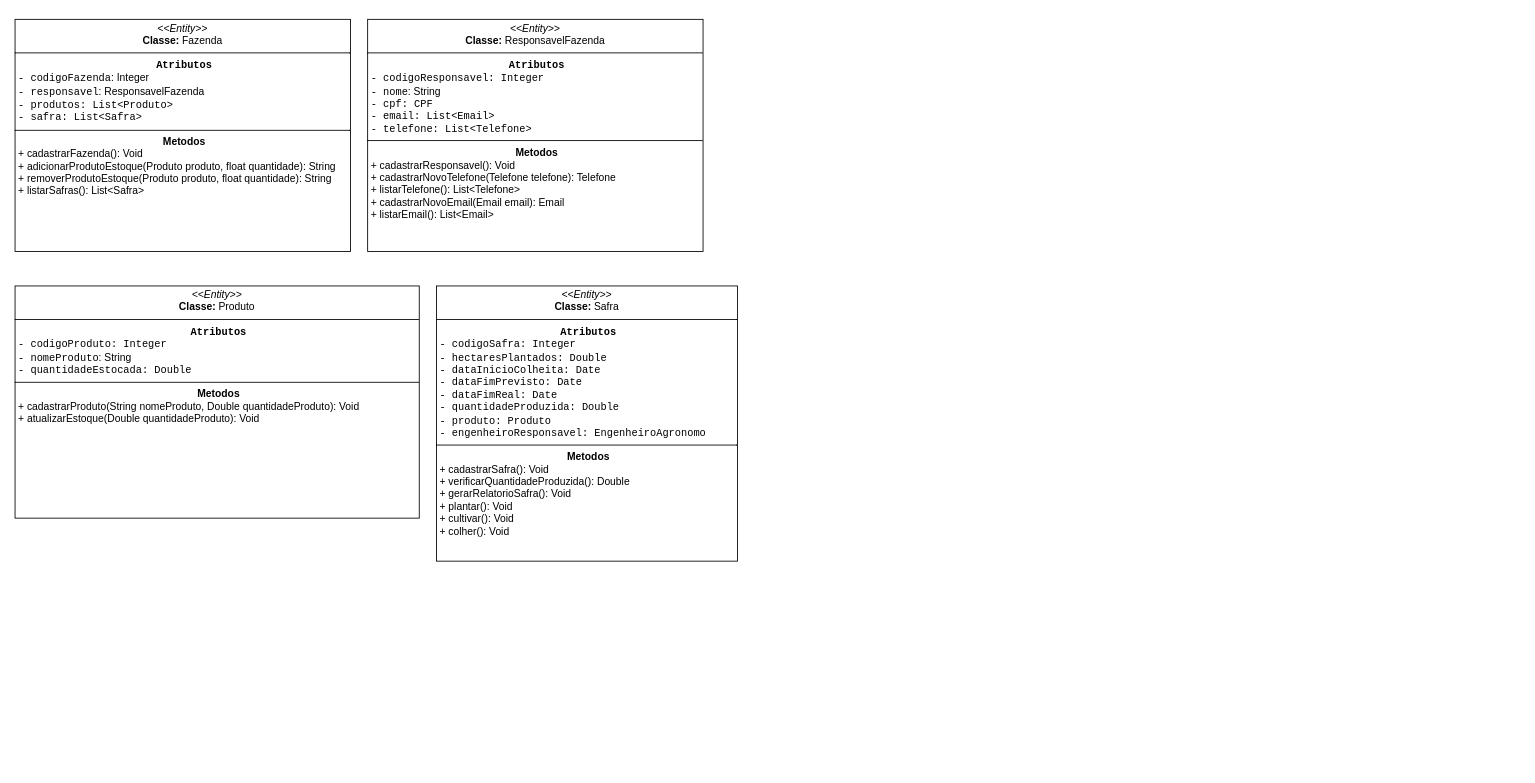
Above: ParadigmaDeLinguagemDeProgramacao.drawio in ItaloMiguel/Diagrama_TesteDeSoftware (draw.io), before the change. Source tidied: cells renumbered, new cells numbered last; positions are measured from the earlier drawing's top-left corner, leaving out a move shared by most shapes. Both pictures are drawn from the tidied source at 86%, with x=0, y=0 at pixel (15, 19).
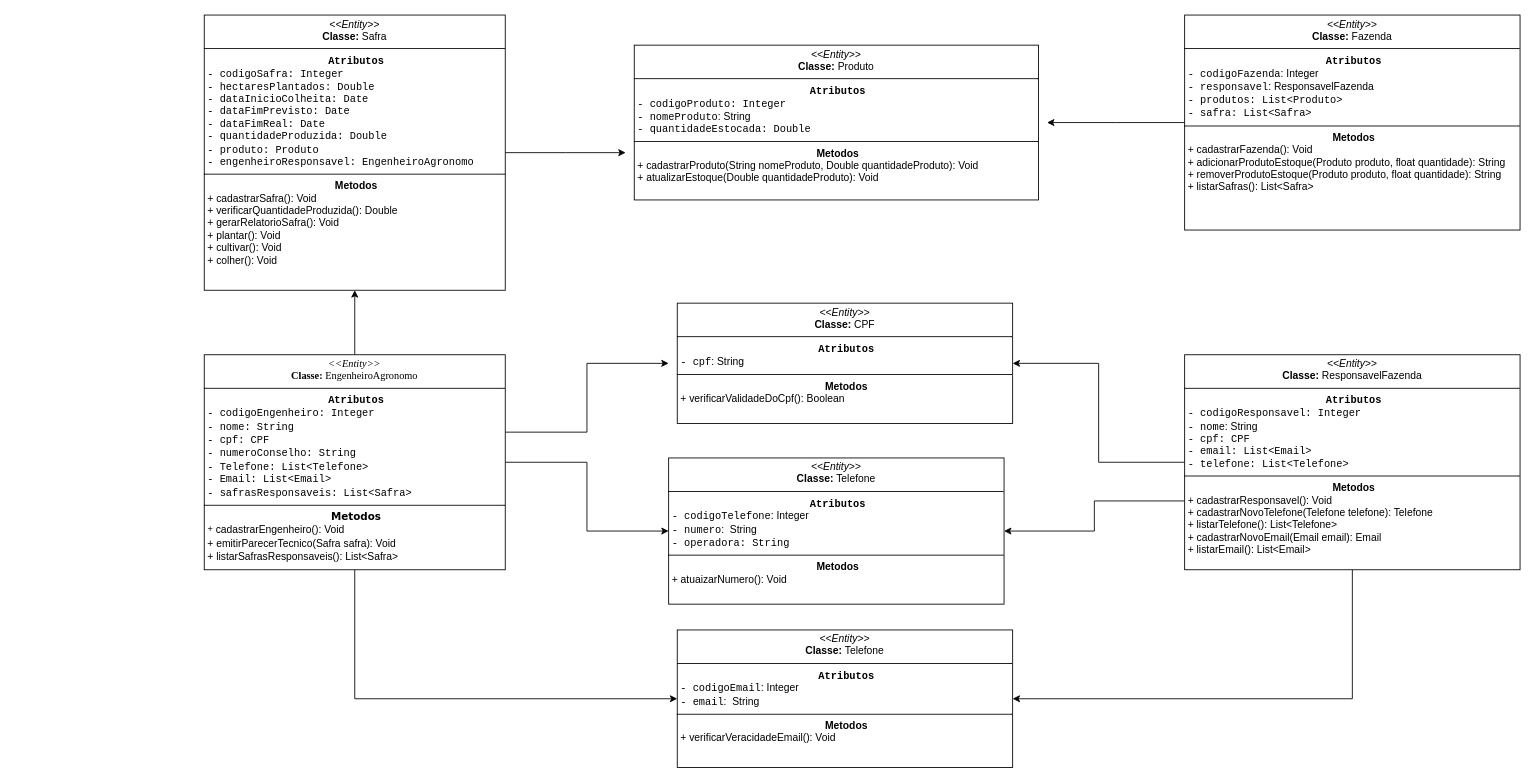
Above is the later version.

The edit, as a diff of the source:
```diff
@@
+    <mxCell id="6" style="edgeStyle=orthogonalEdgeStyle;rounded=0;jettySize=auto;html=1;" parent="1" edge="1" source="2">
+      <mxGeometry relative="1" as="geometry">
+        <mxPoint x="1200" y="120" as="targetPoint" />
+      </mxGeometry>
+    </mxCell>
     <mxCell id="2" value="&lt;p style=&quot;margin:0px;margin-top:4px;text-align:center;&quot;&gt;&lt;i&gt;&amp;lt;&amp;lt;Entity&amp;gt;&amp;gt;&lt;/i&gt;&lt;br&gt;&lt;b&gt;Classe: &lt;/b&gt;Fazenda&lt;br&gt;&lt;/p&gt;&lt;hr size=&quot;1&quot; style=&quot;border-style:solid;&quot;&gt;&lt;p align=&quot;center&quot; style=&quot;margin:0px;margin-left:4px;&quot;&gt;&lt;font style=&quot;font-size: 12px;&quot;&gt;&lt;code&gt;&lt;b&gt;Atributos&lt;br&gt;&lt;/b&gt;&lt;/code&gt;&lt;/font&gt;&lt;/p&gt;&lt;p style=&quot;margin:0px;margin-left:4px;&quot;&gt;&lt;font style=&quot;font-size: 12px;&quot;&gt;&lt;code&gt;- codigoFazenda&lt;/code&gt;: Integer&lt;/font&gt;&lt;/p&gt;&lt;p style=&quot;margin:0px;margin-left:4px;&quot;&gt;&lt;font style=&quot;font-size: 12px;&quot;&gt;&lt;code&gt;- responsavel&lt;/code&gt;: ResponsavelFazenda&lt;/font&gt;&lt;/p&gt;&lt;p style=&quot;margin:0px;margin-left:4px;&quot;&gt;&lt;font style=&quot;font-size: 12px;&quot;&gt;&lt;code&gt;- produtos: List&amp;lt;Produto&amp;gt;&lt;/code&gt;&lt;/font&gt;&lt;/p&gt;&lt;p style=&quot;margin:0px;margin-left:4px;&quot;&gt;&lt;font style=&quot;font-size: 12px;&quot;&gt;&lt;code&gt;- safra: List&amp;lt;Safra&amp;gt;&lt;/code&gt;&lt;/font&gt;&lt;/p&gt;&lt;hr size=&quot;1&quot; style=&quot;border-style:solid;&quot;&gt;&lt;p align=&quot;center&quot; style=&quot;margin:0px;margin-left:4px;&quot;&gt;&lt;font style=&quot;font-size: 12px;&quot;&gt;&lt;b&gt;Metodos&lt;/b&gt;&lt;br&gt;&lt;/font&gt;&lt;/p&gt;&lt;p style=&quot;margin:0px;margin-left:4px;&quot;&gt;&lt;font style=&quot;font-size: 12px;&quot;&gt;+&amp;nbsp;cadastrarFazenda(): Void&lt;br&gt;+&amp;nbsp;adicionarProdutoEstoque(Produto produto, float quantidade): String&lt;/font&gt;&lt;/p&gt;&lt;p style=&quot;margin:0px;margin-left:4px;&quot;&gt;&lt;font style=&quot;font-size: 12px;&quot;&gt;+ removerProdutoEstoque(Produto produto, float quantidade): String&lt;/font&gt;&lt;/p&gt;&lt;p style=&quot;margin:0px;margin-left:4px;&quot;&gt;&lt;font style=&quot;font-size: 12px;&quot;&gt;+ listarSafras(): List&amp;lt;Safra&amp;gt;&lt;/font&gt;&lt;br&gt;&lt;/p&gt;" style="verticalAlign=top;align=left;overflow=fill;html=1;whiteSpace=wrap;" parent="1" vertex="1">
-      <mxGeometry width="390" height="270" as="geometry" />
+      <mxGeometry x="1360" y="-5" width="390" height="250" as="geometry" />
     </mxCell>
+    <mxCell id="7" style="edgeStyle=orthogonalEdgeStyle;rounded=0;jettySize=auto;html=1;entryX=1;entryY=0.5;entryDx=0;entryDy=0;" parent="1" edge="1" source="3" target="17">
+      <mxGeometry relative="1" as="geometry" />
+    </mxCell>
+    <mxCell id="8" style="edgeStyle=orthogonalEdgeStyle;rounded=0;jettySize=auto;html=1;entryX=1;entryY=0.5;entryDx=0;entryDy=0;" parent="1" edge="1" source="3" target="16">
+      <mxGeometry relative="1" as="geometry">
+        <Array as="points">
+          <mxPoint x="1255" y="560" />
+          <mxPoint x="1255" y="595" />
+        </Array>
+      </mxGeometry>
+    </mxCell>
+    <mxCell id="9" style="edgeStyle=orthogonalEdgeStyle;rounded=0;jettySize=auto;html=1;entryX=1;entryY=0.5;entryDx=0;entryDy=0;" parent="1" edge="1" source="3" target="18">
+      <mxGeometry relative="1" as="geometry">
+        <Array as="points">
+          <mxPoint x="1555" y="790" />
+        </Array>
+      </mxGeometry>
+    </mxCell>
     <mxCell id="3" value="&lt;p style=&quot;margin:0px;margin-top:4px;text-align:center;&quot;&gt;&lt;i&gt;&amp;lt;&amp;lt;Entity&amp;gt;&amp;gt;&lt;/i&gt;&lt;br&gt;&lt;b&gt;Classe: &lt;/b&gt;ResponsavelFazenda&lt;br&gt;&lt;/p&gt;&lt;hr size=&quot;1&quot; style=&quot;border-style:solid;&quot;&gt;&lt;p align=&quot;center&quot; style=&quot;margin:0px;margin-left:4px;&quot;&gt;&lt;font style=&quot;font-size: 12px;&quot;&gt;&lt;code&gt;&lt;b&gt;Atributos&lt;br&gt;&lt;/b&gt;&lt;/code&gt;&lt;/font&gt;&lt;/p&gt;&lt;pre style=&quot;margin:0px;margin-left:4px;&quot;&gt;&lt;font face=&quot;Helvetica&quot; style=&quot;font-size: 12px;&quot;&gt;&lt;code&gt;- codigoResponsavel: Integer&lt;br&gt;- nome&lt;/code&gt;: String&lt;/font&gt;&lt;/pre&gt;&lt;pre style=&quot;margin:0px;margin-left:4px;&quot;&gt;&lt;font face=&quot;3SHaTFnH1fSQ2NX9ofN7&quot; style=&quot;font-size: 12px;&quot;&gt;&lt;code&gt;- cpf&lt;/code&gt;: CPF&lt;/font&gt;&lt;/pre&gt;&lt;pre style=&quot;margin:0px;margin-left:4px;&quot;&gt;&lt;font face=&quot;3SHaTFnH1fSQ2NX9ofN7&quot; style=&quot;font-size: 12px;&quot;&gt;- email: List&amp;lt;Email&amp;gt;&lt;br&gt;&lt;/font&gt;&lt;/pre&gt;&lt;pre style=&quot;margin:0px;margin-left:4px;&quot;&gt;&lt;font face=&quot;3SHaTFnH1fSQ2NX9ofN7&quot; style=&quot;font-size: 12px;&quot;&gt;&lt;code&gt;- telefone: List&amp;lt;Telefone&amp;gt;&lt;/code&gt;&lt;/font&gt;&lt;/pre&gt;&lt;hr size=&quot;1&quot; style=&quot;border-style:solid;&quot;&gt;&lt;p align=&quot;center&quot; style=&quot;margin:0px;margin-left:4px;&quot;&gt;&lt;font style=&quot;font-size: 12px;&quot;&gt;&lt;b&gt;Metodos&lt;/b&gt;&lt;br&gt;&lt;/font&gt;&lt;/p&gt;&lt;p style=&quot;margin:0px;margin-left:4px;&quot;&gt;&lt;font style=&quot;font-size: 12px;&quot;&gt;+&amp;nbsp;&lt;/font&gt;cadastrarResponsavel&lt;font style=&quot;font-size: 12px;&quot;&gt;(): Void&lt;/font&gt;&lt;/p&gt;&lt;p style=&quot;margin:0px;margin-left:4px;&quot;&gt;&lt;font style=&quot;font-size: 12px;&quot;&gt;+ cadastrarNovoTelefone(Telefone telefone): Telefone&lt;/font&gt;&lt;/p&gt;&lt;p style=&quot;margin:0px;margin-left:4px;&quot;&gt;&lt;font style=&quot;font-size: 12px;&quot;&gt;+ listarTelefone(): List&amp;lt;Telefone&amp;gt;&lt;/font&gt;&lt;/p&gt;&lt;p style=&quot;margin:0px;margin-left:4px;&quot;&gt;&lt;font style=&quot;font-size: 12px;&quot;&gt;+ cadastrarNovoEmail(Email email): Email&lt;/font&gt;&lt;/p&gt;&lt;p style=&quot;margin:0px;margin-left:4px;&quot;&gt;&lt;font style=&quot;font-size: 12px;&quot;&gt;+ listarEmail(): List&amp;lt;Email&amp;gt;&lt;br&gt;&lt;/font&gt;&lt;/p&gt;" style="verticalAlign=top;align=left;overflow=fill;html=1;whiteSpace=wrap;" parent="1" vertex="1">
-      <mxGeometry x="410" width="390" height="270" as="geometry" />
+      <mxGeometry x="1360" y="390" width="390" height="250" as="geometry" />
     </mxCell>
     <mxCell id="4" value="&lt;p style=&quot;margin:0px;margin-top:4px;text-align:center;&quot;&gt;&lt;i&gt;&amp;lt;&amp;lt;Entity&amp;gt;&amp;gt;&lt;/i&gt;&lt;br&gt;&lt;b&gt;Classe: &lt;/b&gt;Produto&lt;br&gt;&lt;/p&gt;&lt;hr size=&quot;1&quot; style=&quot;border-style:solid;&quot;&gt;&lt;p align=&quot;center&quot; style=&quot;margin:0px;margin-left:4px;&quot;&gt;&lt;font style=&quot;font-size: 12px;&quot;&gt;&lt;code&gt;&lt;b&gt;Atributos&lt;br&gt;&lt;/b&gt;&lt;/code&gt;&lt;/font&gt;&lt;/p&gt;&lt;pre style=&quot;margin:0px;margin-left:4px;&quot;&gt;&lt;font face=&quot;Helvetica&quot; style=&quot;font-size: 12px;&quot;&gt;&lt;code&gt;- &lt;/code&gt;&lt;/font&gt;&lt;code&gt;codigoProduto&lt;/code&gt;&lt;font face=&quot;Helvetica&quot; style=&quot;font-size: 12px;&quot;&gt;&lt;code&gt;: Integer&lt;br&gt;- &lt;/code&gt;&lt;/font&gt;&lt;code&gt;nomeProduto&lt;/code&gt;&lt;font face=&quot;Helvetica&quot; style=&quot;font-size: 12px;&quot;&gt;&lt;code&gt;&lt;/code&gt;: String&lt;/font&gt;&lt;/pre&gt;&lt;pre style=&quot;margin:0px;margin-left:4px;&quot;&gt;&lt;font face=&quot;3SHaTFnH1fSQ2NX9ofN7&quot; style=&quot;font-size: 12px;&quot;&gt;&lt;code&gt;- &lt;/code&gt;&lt;/font&gt;&lt;code&gt;quantidadeEstocada&lt;/code&gt;&lt;font face=&quot;3SHaTFnH1fSQ2NX9ofN7&quot; style=&quot;font-size: 12px;&quot;&gt;&lt;code&gt;&lt;/code&gt;: Double&lt;/font&gt;&lt;/pre&gt;&lt;hr size=&quot;1&quot; style=&quot;border-style:solid;&quot;&gt;&lt;p align=&quot;center&quot; style=&quot;margin:0px;margin-left:4px;&quot;&gt;&lt;font style=&quot;font-size: 12px;&quot;&gt;&lt;b&gt;Metodos&lt;/b&gt;&lt;br&gt;&lt;/font&gt;&lt;/p&gt;&lt;p style=&quot;margin:0px;margin-left:4px;&quot;&gt;&lt;font style=&quot;font-size: 12px;&quot;&gt;+ &lt;/font&gt;cadastrarProduto&lt;font style=&quot;font-size: 12px;&quot;&gt;(String nomeProduto, Double quantidadeProduto): Void&lt;/font&gt;&lt;/p&gt;&lt;p style=&quot;margin:0px;margin-left:4px;&quot;&gt;&lt;font style=&quot;font-size: 12px;&quot;&gt;+ atualizarEstoque(Double quantidadeProduto): Void&lt;br&gt;&lt;/font&gt;&lt;/p&gt;" style="verticalAlign=top;align=left;overflow=fill;html=1;whiteSpace=wrap;" parent="1" vertex="1">
-      <mxGeometry y="310" width="470" height="270" as="geometry" />
+      <mxGeometry x="720" y="30" width="470" height="180" as="geometry" />
     </mxCell>
+    <mxCell id="10" style="edgeStyle=orthogonalEdgeStyle;rounded=0;jettySize=auto;html=1;" parent="1" edge="1" source="5">
+      <mxGeometry relative="1" as="geometry">
+        <mxPoint x="710" y="155" as="targetPoint" />
+      </mxGeometry>
+    </mxCell>
     <mxCell id="5" value="&lt;p style=&quot;margin:0px;margin-top:4px;text-align:center;&quot;&gt;&lt;i&gt;&amp;lt;&amp;lt;Entity&amp;gt;&amp;gt;&lt;/i&gt;&lt;br&gt;&lt;b&gt;Classe: &lt;/b&gt;Safra&lt;/p&gt;&lt;hr size=&quot;1&quot; style=&quot;border-style:solid;&quot;&gt;&lt;p align=&quot;center&quot; style=&quot;margin:0px;margin-left:4px;&quot;&gt;&lt;font style=&quot;font-size: 12px;&quot;&gt;&lt;code&gt;&lt;b&gt;Atributos&lt;br&gt;&lt;/b&gt;&lt;/code&gt;&lt;/font&gt;&lt;/p&gt;&lt;pre style=&quot;margin:0px;margin-left:4px;&quot;&gt;&lt;font face=&quot;Helvetica&quot; style=&quot;font-size: 12px;&quot;&gt;&lt;code&gt;- &lt;/code&gt;&lt;/font&gt;&lt;code&gt;codigoSafra&lt;/code&gt;&lt;font face=&quot;Helvetica&quot; style=&quot;font-size: 12px;&quot;&gt;&lt;code&gt;: Integer&lt;br&gt;- &lt;/code&gt;&lt;/font&gt;&lt;code&gt;hectaresPlantados: Double&lt;br&gt;- &lt;/code&gt;&lt;code&gt;dataInicioColheita: Date&lt;br&gt;- &lt;/code&gt;&lt;code&gt;dataFimPrevisto: Date&lt;br&gt;- &lt;/code&gt;&lt;code&gt;dataFimReal: Date&lt;br&gt;- &lt;/code&gt;&lt;code&gt;quantidadeProduzida: Double&lt;/code&gt;&lt;br&gt;&lt;font face=&quot;Helvetica&quot; style=&quot;font-size: 12px;&quot;&gt;&lt;code&gt;- &lt;/code&gt;&lt;/font&gt;&lt;code&gt;produto: Produto&lt;/code&gt;&lt;/pre&gt;&lt;pre style=&quot;margin:0px;margin-left:4px;&quot;&gt;&lt;font face=&quot;3SHaTFnH1fSQ2NX9ofN7&quot; style=&quot;font-size: 12px;&quot;&gt;&lt;code&gt;- &lt;/code&gt;&lt;/font&gt;&lt;code&gt;engenheiroResponsavel&lt;/code&gt;&lt;font face=&quot;3SHaTFnH1fSQ2NX9ofN7&quot; style=&quot;font-size: 12px;&quot;&gt;&lt;code&gt;&lt;/code&gt;: &lt;/font&gt;&lt;code&gt;EngenheiroAgronomo&lt;/code&gt;&lt;/pre&gt;&lt;hr size=&quot;1&quot; style=&quot;border-style:solid;&quot;&gt;&lt;p align=&quot;center&quot; style=&quot;margin:0px;margin-left:4px;&quot;&gt;&lt;font style=&quot;font-size: 12px;&quot;&gt;&lt;b&gt;Metodos&lt;/b&gt;&lt;br&gt;&lt;/font&gt;&lt;/p&gt;&lt;p style=&quot;margin:0px;margin-left:4px;&quot;&gt;&lt;font style=&quot;font-size: 12px;&quot;&gt;+ &lt;/font&gt;cadastrarSafra():&lt;font style=&quot;font-size: 12px;&quot;&gt; Void&lt;/font&gt;&lt;/p&gt;&lt;p style=&quot;margin:0px;margin-left:4px;&quot;&gt;&lt;font style=&quot;font-size: 12px;&quot;&gt;+&amp;nbsp;&lt;/font&gt;verificarQuantidadeProduzida():&lt;font style=&quot;font-size: 12px;&quot;&gt; Double&lt;/font&gt;&lt;/p&gt;&lt;p style=&quot;margin:0px;margin-left:4px;&quot;&gt;&lt;font style=&quot;font-size: 12px;&quot;&gt;+ &lt;/font&gt;gerarRelatorioSafra(): Void&lt;/p&gt;&lt;p style=&quot;margin:0px;margin-left:4px;&quot;&gt;+ plantar(): Void&lt;/p&gt;&lt;p style=&quot;margin:0px;margin-left:4px;&quot;&gt;+ cultivar(): Void&lt;/p&gt;&lt;p style=&quot;margin:0px;margin-left:4px;&quot;&gt;+ colher(): Void&lt;br&gt;&lt;/p&gt;" style="verticalAlign=top;align=left;overflow=fill;html=1;whiteSpace=wrap;" parent="1" vertex="1">
-      <mxGeometry x="490" y="310" width="350" height="320" as="geometry" />
+      <mxGeometry x="220" y="-5" width="350" height="320" as="geometry" />
     </mxCell>
+    <mxCell id="11" style="edgeStyle=orthogonalEdgeStyle;rounded=0;jettySize=auto;html=1;entryX=0.5;entryY=1;entryDx=0;entryDy=0;" parent="1" edge="1" source="15" target="5">
+      <mxGeometry relative="1" as="geometry" />
+    </mxCell>
+    <mxCell id="12" style="edgeStyle=orthogonalEdgeStyle;rounded=0;jettySize=auto;html=1;entryX=0;entryY=0.5;entryDx=0;entryDy=0;" parent="1" edge="1" source="15" target="16">
+      <mxGeometry relative="1" as="geometry" />
+    </mxCell>
+    <mxCell id="13" style="edgeStyle=orthogonalEdgeStyle;rounded=0;jettySize=auto;html=1;" parent="1" edge="1" source="15">
+      <mxGeometry relative="1" as="geometry">
+        <mxPoint x="760" y="400" as="targetPoint" />
+        <Array as="points">
+          <mxPoint x="665" y="480" />
+          <mxPoint x="665" y="400" />
+        </Array>
+      </mxGeometry>
+    </mxCell>
+    <mxCell id="14" style="edgeStyle=orthogonalEdgeStyle;rounded=0;jettySize=auto;html=1;entryX=0;entryY=0.5;entryDx=0;entryDy=0;" parent="1" edge="1" source="15" target="18">
+      <mxGeometry relative="1" as="geometry">
+        <Array as="points">
+          <mxPoint x="395" y="790" />
+        </Array>
+      </mxGeometry>
+    </mxCell>
+    <mxCell id="15" value="&lt;p style=&quot;margin:0px;margin-top:4px;text-align:center;&quot;&gt;&lt;font face=&quot;Times New Roman&quot;&gt;&lt;i&gt;&amp;lt;&amp;lt;Entity&amp;gt;&amp;gt;&lt;/i&gt;&lt;br&gt;&lt;b&gt;Classe: &lt;/b&gt;EngenheiroAgronomo&lt;/font&gt;&lt;/p&gt;&lt;hr size=&quot;1&quot; style=&quot;border-style:solid;&quot;&gt;&lt;p align=&quot;center&quot; style=&quot;margin:0px;margin-left:4px;&quot;&gt;&lt;font face=&quot;pDYy7Dd2WTfsHJCqJlzO&quot; style=&quot;font-size: 12px;&quot;&gt;&lt;code&gt;&lt;b&gt;Atributos&lt;br&gt;&lt;/b&gt;&lt;/code&gt;&lt;/font&gt;&lt;/p&gt;&lt;pre style=&quot;margin:0px;margin-left:4px;&quot;&gt;&lt;font face=&quot;pDYy7Dd2WTfsHJCqJlzO&quot; style=&quot;font-size: 12px;&quot;&gt;&lt;code&gt;- &lt;/code&gt;&lt;/font&gt;&lt;font face=&quot;pDYy7Dd2WTfsHJCqJlzO&quot;&gt;&lt;code&gt;codigoEngenheiro&lt;/code&gt;&lt;font style=&quot;font-size: 12px;&quot;&gt;&lt;code&gt;: Integer&lt;br&gt;- &lt;/code&gt;&lt;/font&gt;&lt;code&gt;nome&lt;/code&gt;&lt;code&gt;: String&lt;br&gt;- cpf&lt;/code&gt;&lt;code&gt;: CPF&lt;br&gt;- &lt;/code&gt;&lt;code&gt;numeroConselho&lt;/code&gt;&lt;code&gt;: String&lt;/code&gt;&lt;br&gt;&lt;code&gt;- Telefone&lt;/code&gt;&lt;code&gt;: List&amp;lt;Telefone&amp;gt;&lt;br&gt;- Email: List&amp;lt;Email&amp;gt;&lt;br&gt;- &lt;/code&gt;&lt;code&gt;safrasResponsaveis&lt;/code&gt;&lt;code&gt;: List&amp;lt;Safra&amp;gt;&lt;/code&gt;&lt;/font&gt;&lt;/pre&gt;&lt;hr size=&quot;1&quot; style=&quot;border-style:solid;&quot;&gt;&lt;div align=&quot;center&quot;&gt;&lt;pre style=&quot;margin:0px;margin-left:4px;&quot;&gt;&lt;font face=&quot;Verdana&quot; style=&quot;font-size: 12px;&quot;&gt;&lt;b&gt;Metodos&lt;/b&gt;&lt;br&gt;&lt;/font&gt;&lt;/pre&gt;&lt;/div&gt;&lt;pre style=&quot;margin:0px;margin-left:4px;&quot;&gt;&lt;font face=&quot;Georgia&quot; style=&quot;font-size: 12px;&quot;&gt;+ &lt;/font&gt;&lt;font face=&quot;Z0S3OaVyNaTq5VeNoXKK&quot;&gt;cadastrarEngenheiro():&lt;font style=&quot;font-size: 12px;&quot;&gt; Void&lt;/font&gt;&lt;/font&gt;&lt;/pre&gt;&lt;pre style=&quot;margin:0px;margin-left:4px;&quot;&gt;&lt;font face=&quot;Z0S3OaVyNaTq5VeNoXKK&quot; style=&quot;font-size: 12px;&quot;&gt;+ &lt;/font&gt;&lt;font face=&quot;Z0S3OaVyNaTq5VeNoXKK&quot;&gt;emitirParecerTecnico(Safra safra):&lt;font style=&quot;font-size: 12px;&quot;&gt; Void&lt;br&gt;&lt;/font&gt;&lt;/font&gt;&lt;/pre&gt;&lt;pre style=&quot;margin:0px;margin-left:4px;&quot;&gt;&lt;font face=&quot;Z0S3OaVyNaTq5VeNoXKK&quot; style=&quot;font-size: 12px;&quot;&gt;+ &lt;/font&gt;&lt;font face=&quot;Z0S3OaVyNaTq5VeNoXKK&quot;&gt;listarSafrasResponsaveis(): List&amp;lt;Safra&amp;gt;&lt;/font&gt;&lt;/pre&gt;" style="verticalAlign=top;align=left;overflow=fill;html=1;whiteSpace=wrap;" parent="1" vertex="1">
+      <mxGeometry x="220" y="390" width="350" height="250" as="geometry" />
+    </mxCell>
+    <mxCell id="16" value="&lt;p style=&quot;margin:0px;margin-top:4px;text-align:center;&quot;&gt;&lt;i&gt;&amp;lt;&amp;lt;Entity&amp;gt;&amp;gt;&lt;/i&gt;&lt;br&gt;&lt;b&gt;Classe: &lt;/b&gt;Telefone&lt;br&gt;&lt;/p&gt;&lt;hr size=&quot;1&quot; style=&quot;border-style:solid;&quot;&gt;&lt;p align=&quot;center&quot; style=&quot;margin:0px;margin-left:4px;&quot;&gt;&lt;font style=&quot;font-size: 12px;&quot;&gt;&lt;code&gt;&lt;b&gt;Atributos&lt;br&gt;&lt;/b&gt;&lt;/code&gt;&lt;/font&gt;&lt;/p&gt;&lt;p style=&quot;margin:0px;margin-left:4px;&quot;&gt;&lt;font style=&quot;font-size: 12px;&quot;&gt;&lt;code&gt;- codigoTelefone&lt;/code&gt;: Integer&lt;/font&gt;&lt;/p&gt;&lt;p style=&quot;margin:0px;margin-left:4px;&quot;&gt;&lt;font style=&quot;font-size: 12px;&quot;&gt;&lt;code&gt;- numero&lt;/code&gt;:&amp;nbsp; String&lt;br&gt;&lt;/font&gt;&lt;/p&gt;&lt;p style=&quot;margin:0px;margin-left:4px;&quot;&gt;&lt;font style=&quot;font-size: 12px;&quot;&gt;&lt;code&gt;- operadora: String&lt;br&gt;&lt;/code&gt;&lt;/font&gt;&lt;/p&gt;&lt;hr size=&quot;1&quot; style=&quot;border-style:solid;&quot;&gt;&lt;p align=&quot;center&quot; style=&quot;margin:0px;margin-left:4px;&quot;&gt;&lt;font style=&quot;font-size: 12px;&quot;&gt;&lt;b&gt;Metodos&lt;/b&gt;&lt;br&gt;&lt;/font&gt;&lt;/p&gt;&lt;p style=&quot;margin:0px;margin-left:4px;&quot;&gt;&lt;font style=&quot;font-size: 12px;&quot;&gt;+ atuaizarNumero(): Void&lt;/font&gt;&lt;/p&gt;" style="verticalAlign=top;align=left;overflow=fill;html=1;whiteSpace=wrap;" parent="1" vertex="1">
+      <mxGeometry x="760" y="510" width="390" height="170" as="geometry" />
+    </mxCell>
+    <mxCell id="17" value="&lt;p style=&quot;margin:0px;margin-top:4px;text-align:center;&quot;&gt;&lt;i&gt;&amp;lt;&amp;lt;Entity&amp;gt;&amp;gt;&lt;/i&gt;&lt;br&gt;&lt;b&gt;Classe: &lt;/b&gt;CPF&lt;br&gt;&lt;/p&gt;&lt;hr size=&quot;1&quot; style=&quot;border-style:solid;&quot;&gt;&lt;p align=&quot;center&quot; style=&quot;margin:0px;margin-left:4px;&quot;&gt;&lt;font style=&quot;font-size: 12px;&quot;&gt;&lt;code&gt;&lt;b&gt;Atributos&lt;br&gt;&lt;/b&gt;&lt;/code&gt;&lt;/font&gt;&lt;/p&gt;&lt;p style=&quot;margin:0px;margin-left:4px;&quot;&gt;&lt;font style=&quot;font-size: 12px;&quot;&gt;&lt;code&gt;- cpf&lt;/code&gt;: String&lt;/font&gt;&lt;/p&gt;&lt;hr size=&quot;1&quot; style=&quot;border-style:solid;&quot;&gt;&lt;p align=&quot;center&quot; style=&quot;margin:0px;margin-left:4px;&quot;&gt;&lt;font style=&quot;font-size: 12px;&quot;&gt;&lt;b&gt;Metodos&lt;/b&gt;&lt;br&gt;&lt;/font&gt;&lt;/p&gt;&lt;p style=&quot;margin:0px;margin-left:4px;&quot;&gt;&lt;font style=&quot;font-size: 12px;&quot;&gt;+ verificarValidadeDoCpf(): Boolean&lt;/font&gt;&lt;/p&gt;" style="verticalAlign=top;align=left;overflow=fill;html=1;whiteSpace=wrap;" parent="1" vertex="1">
+      <mxGeometry x="770" y="330" width="390" height="140" as="geometry" />
+    </mxCell>
+    <mxCell id="18" value="&lt;p style=&quot;margin:0px;margin-top:4px;text-align:center;&quot;&gt;&lt;i&gt;&amp;lt;&amp;lt;Entity&amp;gt;&amp;gt;&lt;/i&gt;&lt;br&gt;&lt;b&gt;Classe: &lt;/b&gt;Telefone&lt;br&gt;&lt;/p&gt;&lt;hr size=&quot;1&quot; style=&quot;border-style:solid;&quot;&gt;&lt;p align=&quot;center&quot; style=&quot;margin:0px;margin-left:4px;&quot;&gt;&lt;font style=&quot;font-size: 12px;&quot;&gt;&lt;code&gt;&lt;b&gt;Atributos&lt;br&gt;&lt;/b&gt;&lt;/code&gt;&lt;/font&gt;&lt;/p&gt;&lt;p style=&quot;margin:0px;margin-left:4px;&quot;&gt;&lt;font style=&quot;font-size: 12px;&quot;&gt;&lt;code&gt;- codigoEmail&lt;/code&gt;: Integer&lt;/font&gt;&lt;/p&gt;&lt;p style=&quot;margin:0px;margin-left:4px;&quot;&gt;&lt;font style=&quot;font-size: 12px;&quot;&gt;&lt;code&gt;- email&lt;/code&gt;:&amp;nbsp; String&lt;br&gt;&lt;/font&gt;&lt;/p&gt;&lt;hr size=&quot;1&quot; style=&quot;border-style:solid;&quot;&gt;&lt;p align=&quot;center&quot; style=&quot;margin:0px;margin-left:4px;&quot;&gt;&lt;font style=&quot;font-size: 12px;&quot;&gt;&lt;b&gt;Metodos&lt;/b&gt;&lt;br&gt;&lt;/font&gt;&lt;/p&gt;&lt;p style=&quot;margin:0px;margin-left:4px;&quot;&gt;&lt;font style=&quot;font-size: 12px;&quot;&gt;+ verificarVeracidadeEmail(): Void&lt;/font&gt;&lt;/p&gt;" style="verticalAlign=top;align=left;overflow=fill;html=1;whiteSpace=wrap;" parent="1" vertex="1">
+      <mxGeometry x="770" y="710" width="390" height="160" as="geometry" />
+    </mxCell>
```
